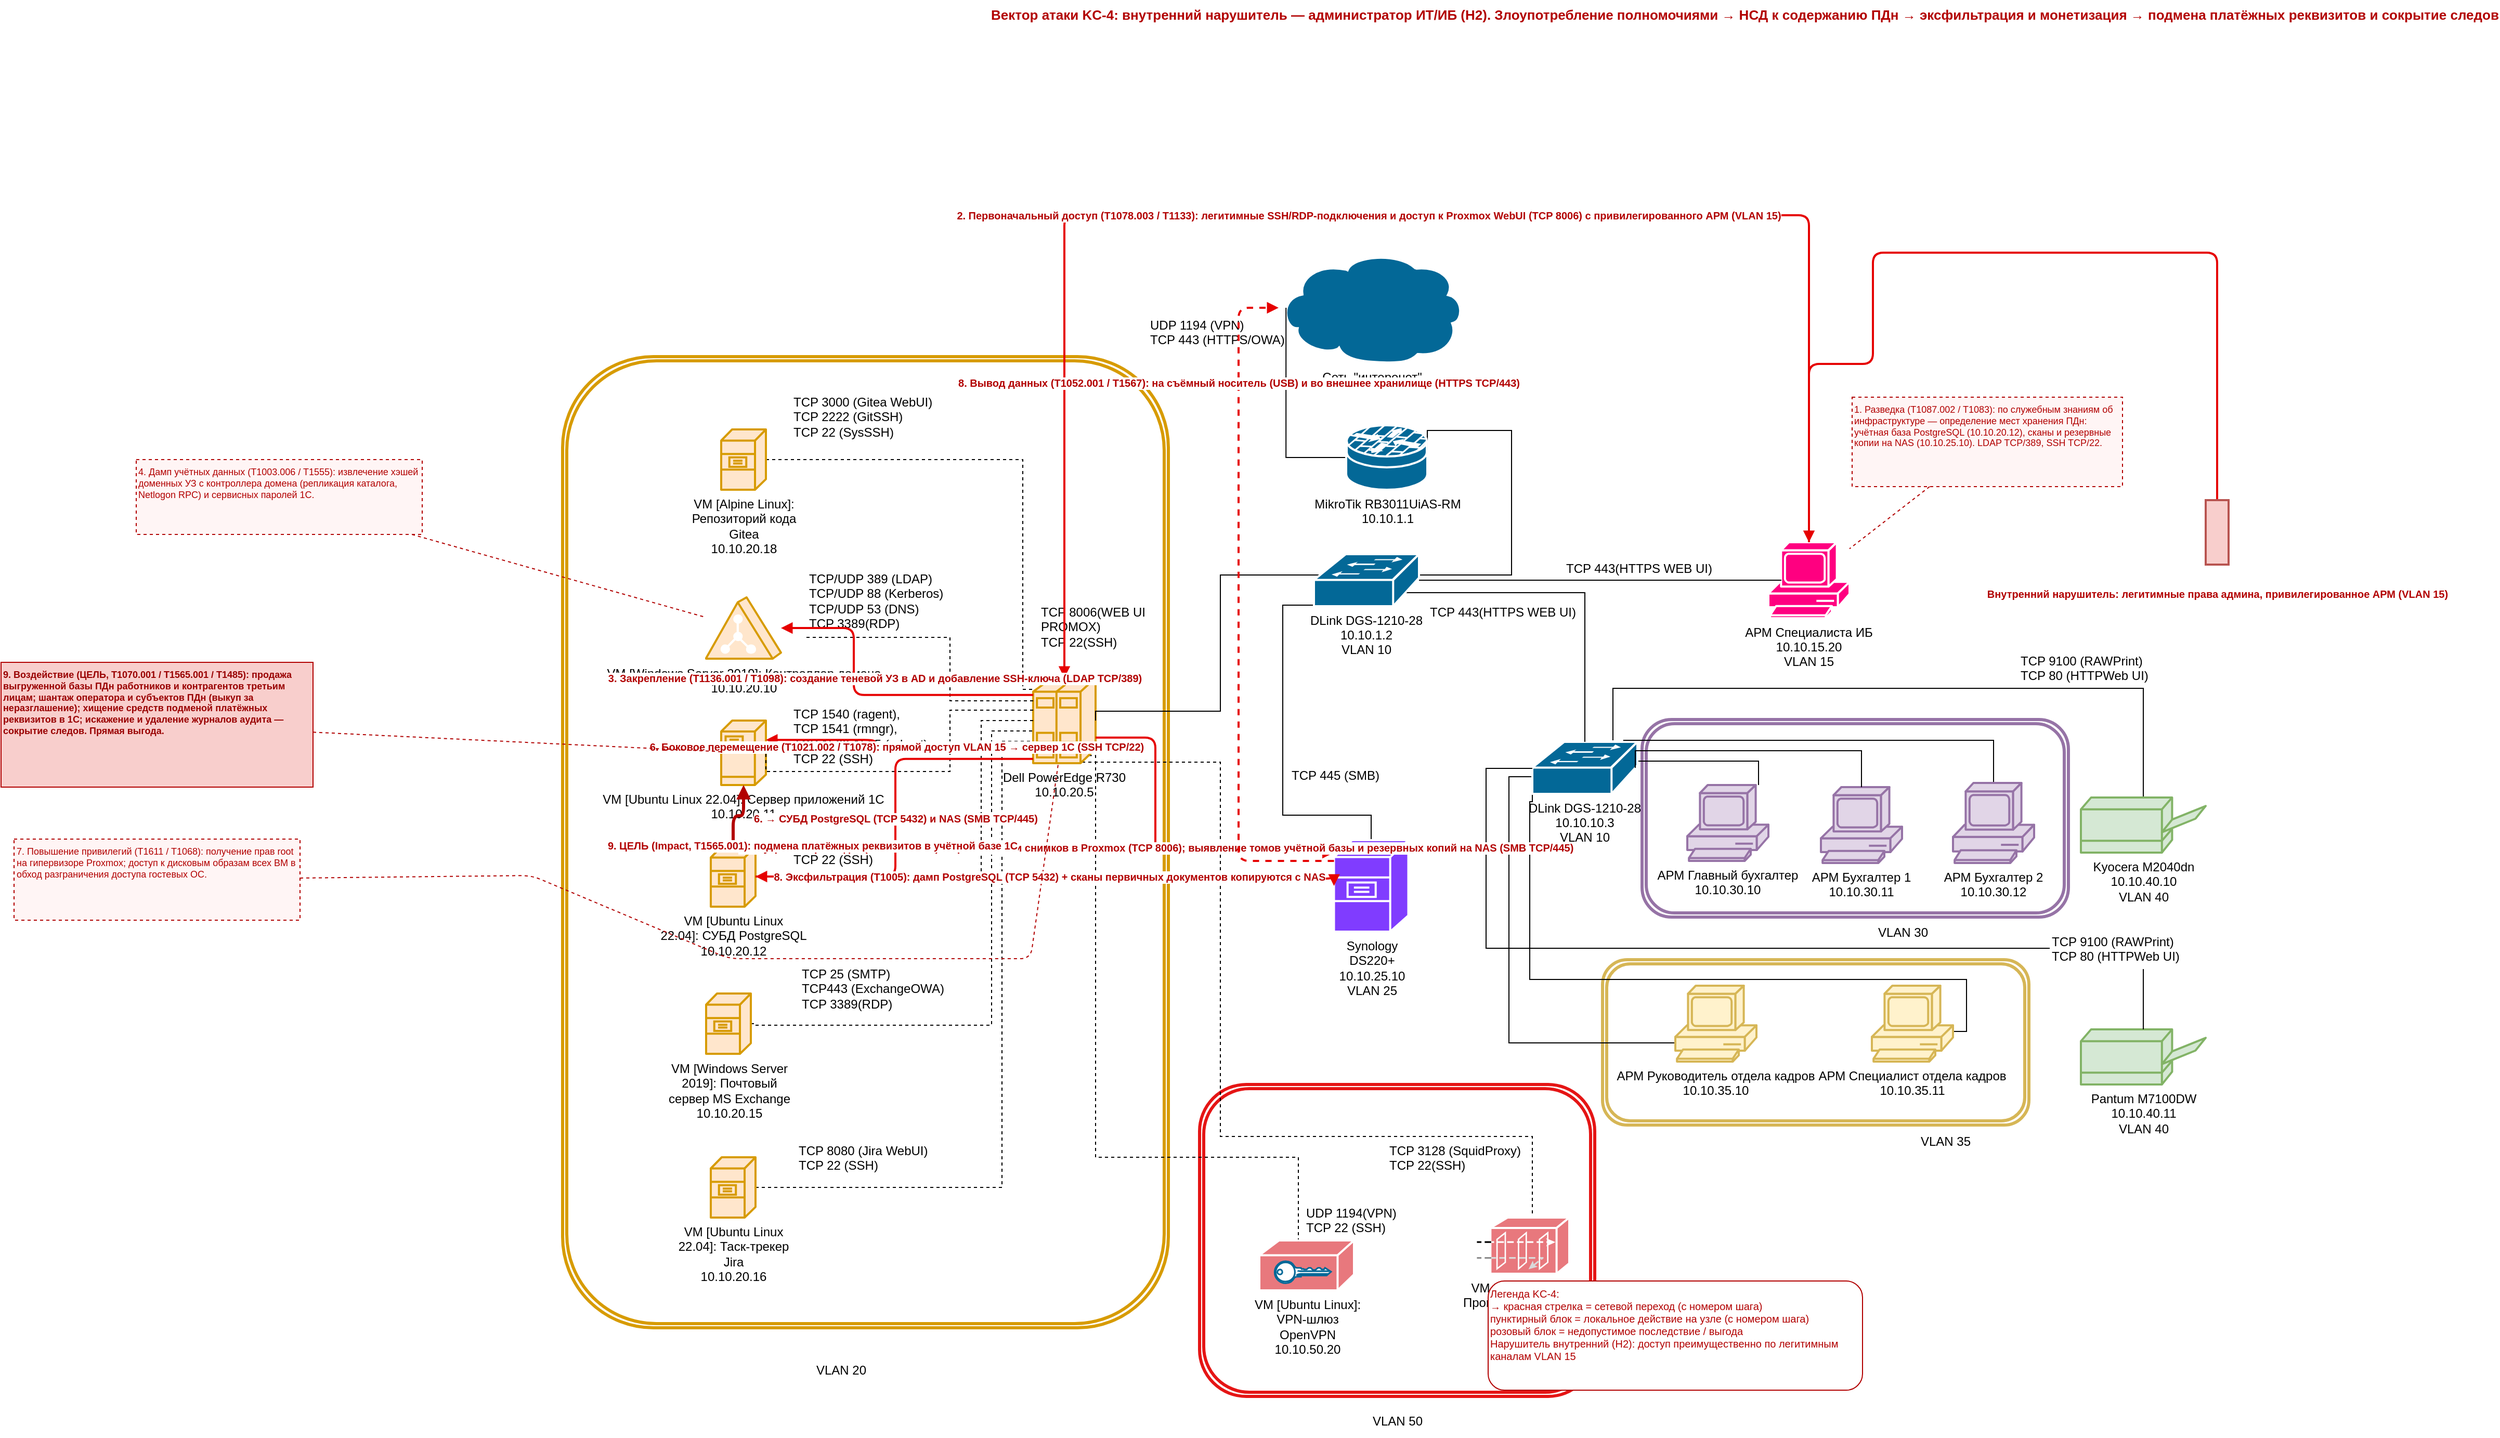
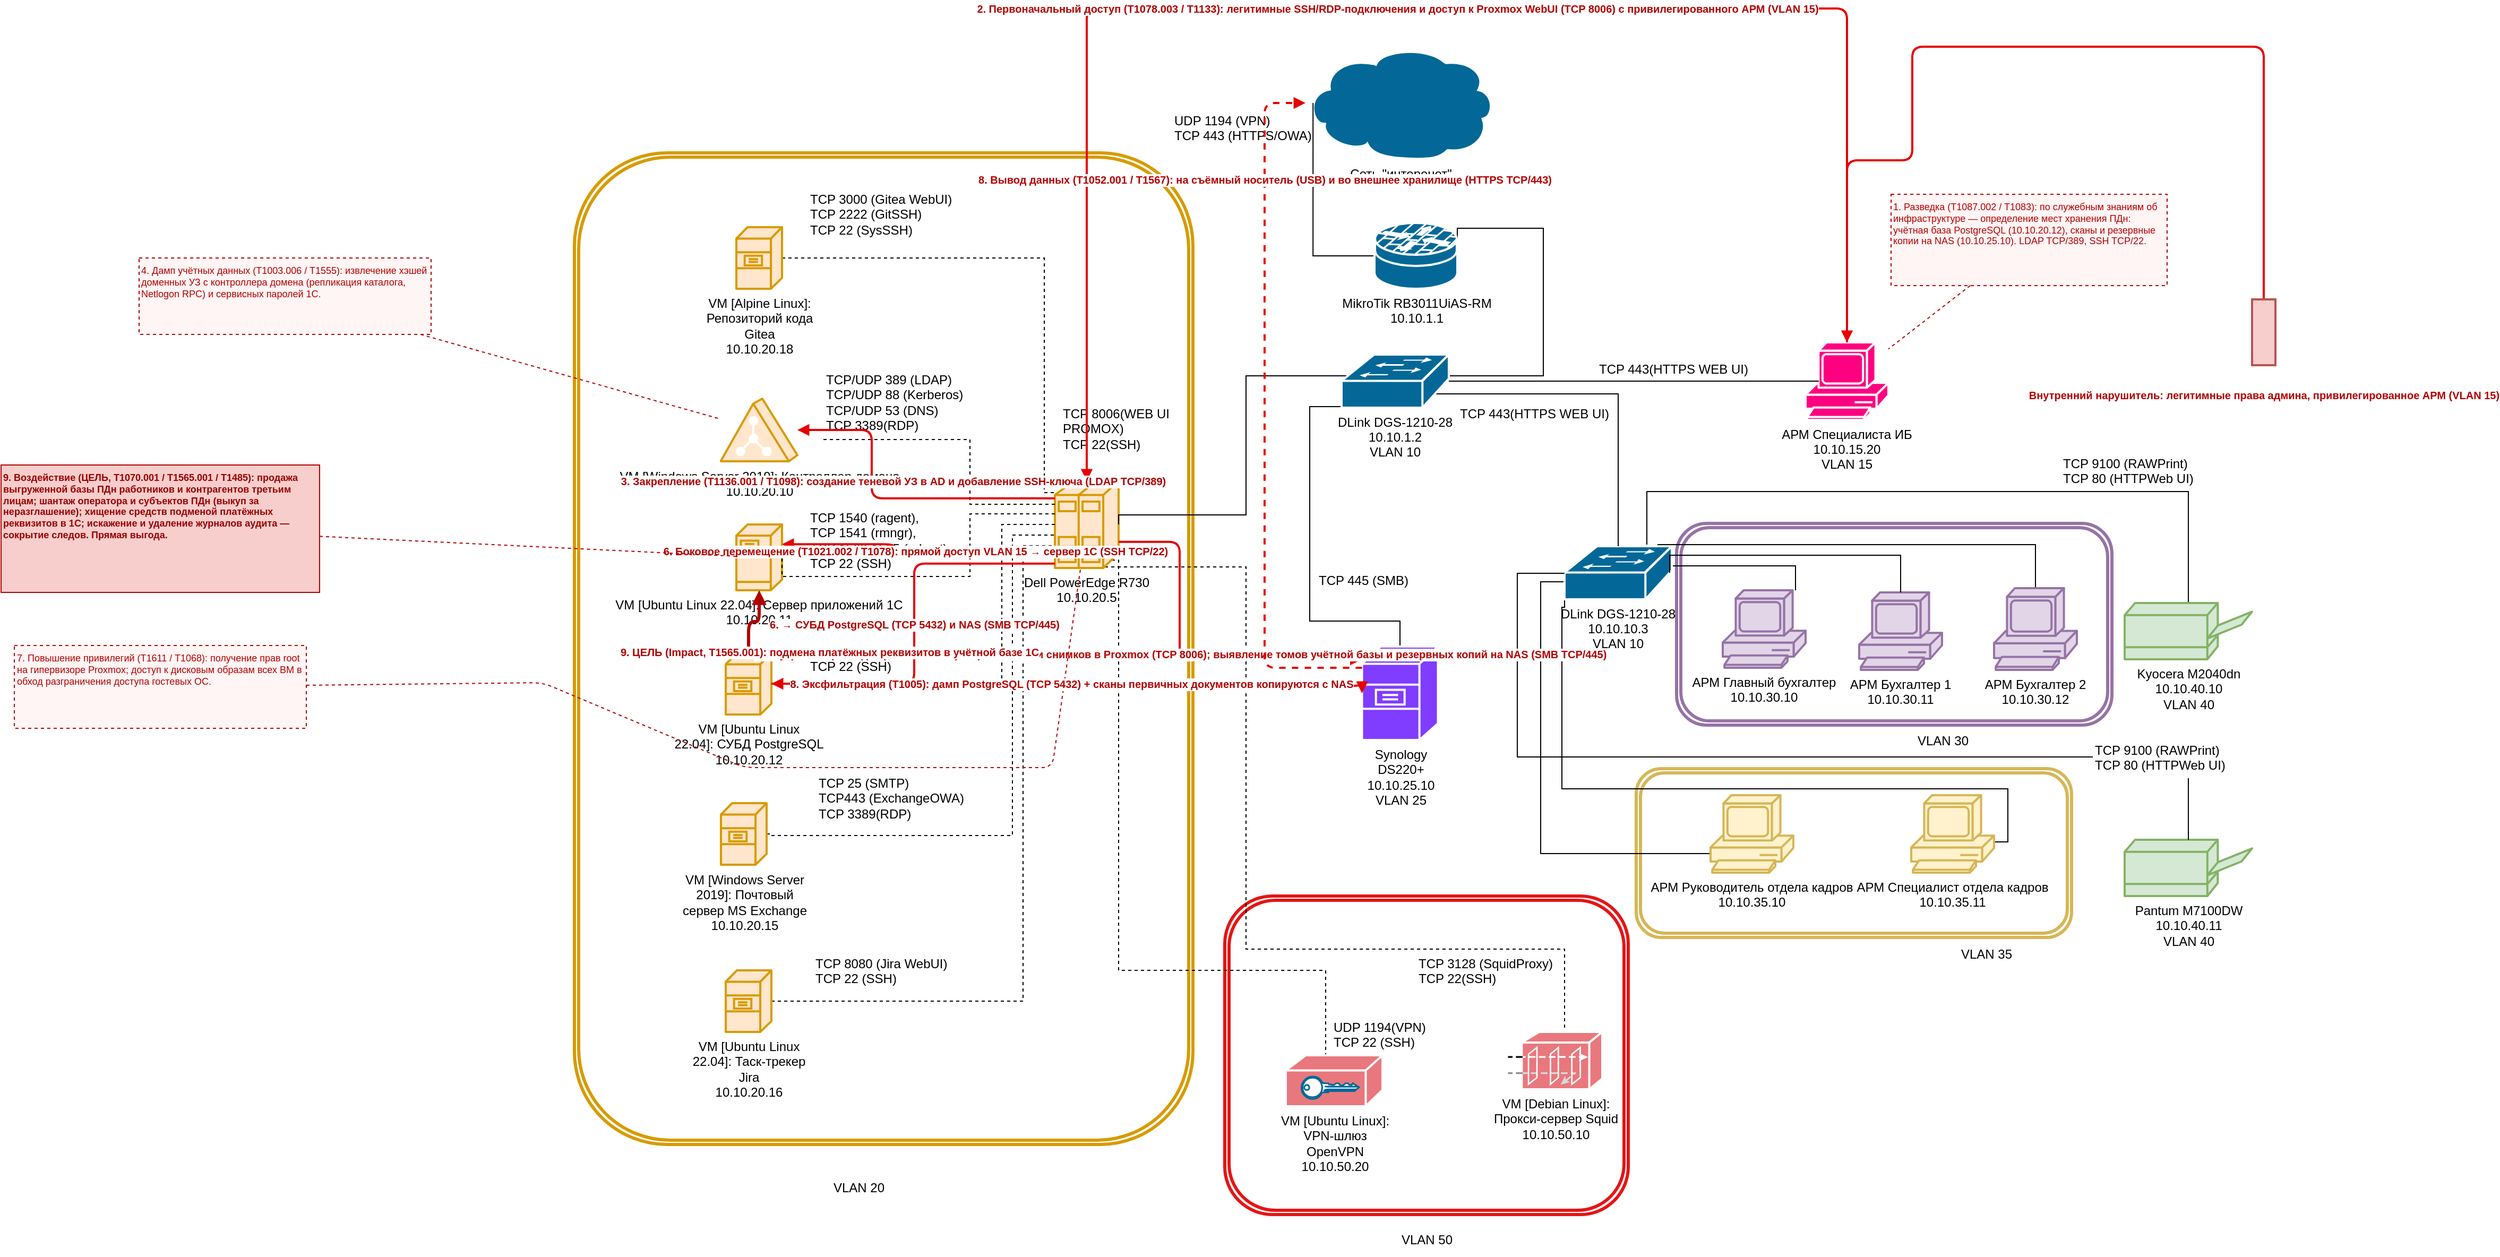
<mxfile host="app.diagrams.net">
  <diagram name="Страница-1" id="JItnBWarz5YXMGvdXFiE">
-     <mxGraphModel dx="3708" dy="3395" grid="1" gridSize="10" guides="1" tooltips="1" connect="1" arrows="1" fold="1" page="1" pageScale="1" pageWidth="827" pageHeight="1169" math="0" shadow="0">
+     <mxGraphModel dx="4222" dy="3659" grid="1" gridSize="10" guides="1" tooltips="1" connect="1" arrows="1" fold="1" page="1" pageScale="1" pageWidth="827" pageHeight="1169" math="0" shadow="0">
      <root>
        <mxCell id="0" />
        <mxCell id="1" parent="0" />
        <mxCell id="yhaDnNcCBT4VVBDCAUdl-48" parent="1" style="shape=ext;double=1;rounded=1;whiteSpace=wrap;html=1;fillColor=none;strokeColor=light-dark(#D6B656,#FF8F8F);strokeWidth=3;" value="" vertex="1">
          <mxGeometry height="159" width="410" x="230" y="-469" as="geometry" />
        </mxCell>
        <mxCell id="yhaDnNcCBT4VVBDCAUdl-44" parent="1" style="shape=ext;double=1;rounded=1;whiteSpace=wrap;html=1;fillColor=none;strokeColor=light-dark(#9673a6, #ff8f8f);strokeWidth=3;" value="" vertex="1">
          <mxGeometry height="190" width="410" x="268" y="-700" as="geometry" />
        </mxCell>
        <mxCell id="yhaDnNcCBT4VVBDCAUdl-18" parent="1" style="shape=ext;double=1;rounded=1;whiteSpace=wrap;html=1;fillColor=none;strokeColor=#d79b00;strokeWidth=3;" value="" vertex="1">
          <mxGeometry height="934" width="582.5" x="-770" y="-1049" as="geometry" />
        </mxCell>
        <mxCell id="yhaDnNcCBT4VVBDCAUdl-30" parent="1" style="shape=ext;double=1;rounded=1;whiteSpace=wrap;html=1;fillColor=none;strokeColor=#E51515;strokeWidth=3;" value="" vertex="1">
          <mxGeometry height="300" width="380" x="-157.5" y="-349" as="geometry" />
        </mxCell>
        <mxCell id="Q6j8U8kHXT8ma1ibuV0W-2" parent="1" style="sketch=0;pointerEvents=1;dashed=0;fillColor=#FF0080;strokeColor=#ffffff;strokeWidth=2;verticalLabelPosition=bottom;verticalAlign=top;align=center;outlineConnect=0;shape=mxgraph.cisco.computers_and_peripherals.pc;" value="АРМ Специалиста ИБ&#xa;10.10.15.20&#xa;VLAN 15" vertex="1">
          <mxGeometry height="73" width="78" x="389.5" y="-870.5" as="geometry" />
        </mxCell>
        <mxCell id="-r0obxcL4KgrFZX8nTF1-9" edge="1" parent="1" source="-r0obxcL4KgrFZX8nTF1-14" style="edgeStyle=orthogonalEdgeStyle;rounded=0;orthogonalLoop=1;jettySize=auto;html=1;exitX=1;exitY=0.5;exitDx=0;exitDy=0;exitPerimeter=0;entryX=0.98;entryY=0.5;entryDx=0;entryDy=0;entryPerimeter=0;endArrow=none;endFill=0;" target="-r0obxcL4KgrFZX8nTF1-8">
          <mxGeometry relative="1" as="geometry">
            <Array as="points">
              <mxPoint x="142.5" y="-978" />
              <mxPoint x="142.5" y="-839" />
              <mxPoint x="42.5" y="-839" />
              <mxPoint x="42.5" y="-834" />
            </Array>
            <mxPoint x="51.50000000000023" y="-972.5" as="sourcePoint" />
            <mxPoint x="102.5" y="-829" as="targetPoint" />
          </mxGeometry>
        </mxCell>
        <mxCell id="-r0obxcL4KgrFZX8nTF1-1" parent="1" style="strokeColor=#ffffff;sketch=0;html=1;pointerEvents=1;dashed=0;fillColor=#036897;strokeWidth=2;verticalLabelPosition=bottom;verticalAlign=top;align=center;outlineConnect=0;shape=mxgraph.cisco.storage.cloud;" value="Сеть &quot;интеренет&quot;" vertex="1">
          <mxGeometry height="106" width="178" x="-81.5" y="-1149" as="geometry" />
        </mxCell>
        <mxCell id="-r0obxcL4KgrFZX8nTF1-2" parent="1" style="text;whiteSpace=wrap;html=1;" value="&lt;div&gt;UDP 1194 (VPN)&lt;/div&gt;&lt;div&gt;TCP 443 (HTTPS/OWA)&lt;/div&gt;" vertex="1">
          <mxGeometry height="50" width="136" x="-207.5" y="-1093" as="geometry" />
        </mxCell>
        <mxCell id="-r0obxcL4KgrFZX8nTF1-5" edge="1" parent="1" source="-r0obxcL4KgrFZX8nTF1-1" style="rounded=0;orthogonalLoop=1;jettySize=auto;html=1;entryX=0;entryY=0.5;entryDx=0;entryDy=0;entryPerimeter=0;fillColor=#f8cecc;strokeColor=default;edgeStyle=orthogonalEdgeStyle;endArrow=none;endFill=0;exitX=0.04;exitY=0.5;exitDx=0;exitDy=0;exitPerimeter=0;" target="-r0obxcL4KgrFZX8nTF1-14">
          <mxGeometry relative="1" as="geometry">
            <mxPoint x="-26.5" y="-972.5" as="targetPoint" />
          </mxGeometry>
        </mxCell>
        <mxCell id="-r0obxcL4KgrFZX8nTF1-13" parent="1" style="text;whiteSpace=wrap;" value="ТСP 8006(WEB UI PROMOX)&#xa;TCP 22(SSH)" vertex="1">
          <mxGeometry height="50" width="110" x="-312.5" y="-817.5" as="geometry" />
        </mxCell>
        <mxCell id="-r0obxcL4KgrFZX8nTF1-14" parent="1" style="strokeColor=#ffffff;sketch=0;html=1;pointerEvents=1;dashed=0;fillColor=#036897;strokeWidth=2;verticalLabelPosition=bottom;verticalAlign=top;align=center;outlineConnect=0;shape=mxgraph.cisco.security.router_firewall;" value="MikroTik RB3011UiAS-RM&lt;br&gt;10.10.1.1" vertex="1">
          <mxGeometry height="62" width="78" x="-16.5" y="-983" as="geometry" />
        </mxCell>
        <mxCell id="yhaDnNcCBT4VVBDCAUdl-33" edge="1" parent="1" source="-r0obxcL4KgrFZX8nTF1-15" style="edgeStyle=orthogonalEdgeStyle;rounded=0;orthogonalLoop=1;jettySize=auto;html=1;exitX=0.5;exitY=1;exitDx=0;exitDy=0;exitPerimeter=0;endArrow=none;endFill=0;dashed=1;" target="yhaDnNcCBT4VVBDCAUdl-25">
          <mxGeometry relative="1" as="geometry">
            <Array as="points">
              <mxPoint x="-137.5" y="-659" />
              <mxPoint x="-137.5" y="-299" />
              <mxPoint x="162.5" y="-299" />
            </Array>
            <mxPoint x="-137.5" y="-409" as="targetPoint" />
          </mxGeometry>
        </mxCell>
        <mxCell id="yhaDnNcCBT4VVBDCAUdl-35" edge="1" parent="1" source="-r0obxcL4KgrFZX8nTF1-15" style="edgeStyle=orthogonalEdgeStyle;rounded=0;orthogonalLoop=1;jettySize=auto;html=1;exitX=0.89;exitY=0.91;exitDx=0;exitDy=0;exitPerimeter=0;dashed=1;endArrow=none;endFill=0;" target="yhaDnNcCBT4VVBDCAUdl-26">
          <mxGeometry relative="1" as="geometry">
            <Array as="points">
              <mxPoint x="-257.5" y="-665" />
              <mxPoint x="-257.5" y="-279" />
              <mxPoint x="-62.5" y="-279" />
            </Array>
            <mxPoint x="-207.5" y="-19" as="targetPoint" />
          </mxGeometry>
        </mxCell>
        <mxCell id="-r0obxcL4KgrFZX8nTF1-15" parent="1" style="strokeColor=light-dark(#d79b00, #121212);sketch=0;pointerEvents=1;dashed=0;fillColor=#FFE6CC;strokeWidth=2;verticalLabelPosition=bottom;verticalAlign=top;align=center;outlineConnect=0;shape=mxgraph.cisco.servers.standard_host;" value="Dell PowerEdge R730&#xa;10.10.20.5" vertex="1">
          <mxGeometry height="82" width="60" x="-317.5" y="-740" as="geometry" />
        </mxCell>
        <mxCell id="-r0obxcL4KgrFZX8nTF1-22" edge="1" parent="1" style="edgeStyle=orthogonalEdgeStyle;rounded=0;orthogonalLoop=1;jettySize=auto;html=1;endArrow=none;endFill=0;dashed=1;">
          <mxGeometry relative="1" as="geometry">
            <Array as="points">
              <mxPoint x="-397.5" y="-718" />
              <mxPoint x="-397.5" y="-779" />
            </Array>
            <mxPoint x="-317.5" y="-717.9855072463769" as="sourcePoint" />
            <mxPoint x="-535.5" y="-779" as="targetPoint" />
          </mxGeometry>
        </mxCell>
        <mxCell id="-r0obxcL4KgrFZX8nTF1-20" edge="1" parent="1" source="-r0obxcL4KgrFZX8nTF1-13" style="edgeStyle=orthogonalEdgeStyle;rounded=0;orthogonalLoop=1;jettySize=auto;html=1;exitX=0.5;exitY=1;exitDx=0;exitDy=0;" target="-r0obxcL4KgrFZX8nTF1-13">
          <mxGeometry relative="1" as="geometry" />
        </mxCell>
        <mxCell id="-r0obxcL4KgrFZX8nTF1-21" parent="1" style="strokeColor=#d79b00;sketch=0;html=1;pointerEvents=1;dashed=0;fillColor=#ffe6cc;strokeWidth=2;verticalLabelPosition=bottom;verticalAlign=top;align=center;outlineConnect=0;shape=mxgraph.cisco.servers.directory_server;" value="&lt;span id=&quot;docs-internal-guid-afc8247c-7fff-5377-2152-5904b58ac66c&quot;&gt;&lt;span style=&quot;background-color: transparent; font-variant-numeric: normal; font-variant-east-asian: normal; font-variant-alternates: normal; font-variant-position: normal; font-variant-emoji: normal; vertical-align: baseline;&quot;&gt;VM [Windows Server 2019]: Контроллер домена&lt;br&gt;&lt;font face=&quot;Arial, sans-serif&quot;&gt;&lt;span style=&quot;font-size: 9pt; white-space: pre-wrap;&quot;&gt;10.10.20.10&lt;/span&gt;&lt;/font&gt;&lt;/span&gt;&lt;/span&gt;" vertex="1">
          <mxGeometry height="59" width="72" x="-632" y="-817.5" as="geometry" />
        </mxCell>
        <mxCell id="-r0obxcL4KgrFZX8nTF1-23" parent="1" style="text;whiteSpace=wrap;html=1;" value="&lt;b style=&quot;font-weight: normal;&quot; id=&quot;docs-internal-guid-b94e70e8-7fff-42b1-9a45-e83adb658ab0&quot;&gt;&lt;span style=&quot;font-size: 9pt; font-family: Arial, sans-serif; color: rgb(0, 0, 0); background-color: transparent; font-weight: 400; font-style: normal; font-variant: normal; text-decoration: none; vertical-align: baseline; white-space: pre-wrap;&quot;&gt;TCP/UDP 389 (&lt;span id=&quot;docs-internal-guid-b5b43d17-7fff-c71c-c175-c9e9a8f62502&quot;&gt;&lt;span style=&quot;font-size: 9pt; background-color: transparent; font-variant: normal; vertical-align: baseline;&quot;&gt;LDAP)&lt;/span&gt;&lt;/span&gt;&lt;br&gt;&lt;span id=&quot;docs-internal-guid-83331c25-7fff-643f-47cb-11319bbeae0c&quot;&gt;&lt;span style=&quot;font-size: 9pt; background-color: transparent; font-variant: normal; vertical-align: baseline;&quot;&gt;TCP/UDP 88 (&lt;span id=&quot;docs-internal-guid-074a4a5b-7fff-06c1-17bd-e5a9f410eec1&quot;&gt;&lt;span style=&quot;font-size: 9pt; background-color: transparent; font-variant: normal; vertical-align: baseline;&quot;&gt;Kerberos)&lt;/span&gt;&lt;/span&gt;&lt;br&gt;&lt;span id=&quot;docs-internal-guid-ff66c73f-7fff-8d89-6c76-e7bcd311df69&quot;&gt;&lt;span style=&quot;font-size: 9pt; background-color: transparent; font-variant: normal; vertical-align: baseline;&quot;&gt;TCP/UDP 53 (DNS)&lt;br&gt;&lt;/span&gt;&lt;/span&gt;&lt;/span&gt;&lt;/span&gt;TCP 3389(RDP)&lt;/span&gt;&lt;/b&gt;" vertex="1">
          <mxGeometry height="70" width="160" x="-535.5" y="-849" as="geometry" />
        </mxCell>
        <mxCell id="-r0obxcL4KgrFZX8nTF1-24" edge="1" parent="1" source="-r0obxcL4KgrFZX8nTF1-15" style="edgeStyle=orthogonalEdgeStyle;rounded=0;orthogonalLoop=1;jettySize=auto;html=1;exitX=1;exitY=0.5;exitDx=0;exitDy=0;exitPerimeter=0;endArrow=none;endFill=0;">
          <mxGeometry relative="1" as="geometry">
            <Array as="points">
              <mxPoint x="-257.5" y="-708" />
              <mxPoint x="-137.5" y="-708" />
              <mxPoint x="-137.5" y="-839" />
              <mxPoint x="-31.5" y="-839" />
            </Array>
            <mxPoint x="-47.5" y="-839" as="targetPoint" />
          </mxGeometry>
        </mxCell>
        <mxCell id="-r0obxcL4KgrFZX8nTF1-25" parent="1" style="strokeColor=#d79b00;sketch=0;pointerEvents=1;dashed=0;fillColor=#ffe6cc;strokeWidth=2;verticalLabelPosition=bottom;verticalAlign=top;align=center;outlineConnect=0;shape=mxgraph.cisco.servers.fileserver;" value="VM [Ubuntu Linux 22.04]: Сервер приложений 1С&#xa;10.10.20.11" vertex="1">
          <mxGeometry height="62" width="43" x="-617.5" y="-699" as="geometry" />
        </mxCell>
        <mxCell id="-r0obxcL4KgrFZX8nTF1-26" edge="1" parent="1" source="-r0obxcL4KgrFZX8nTF1-15" style="edgeStyle=orthogonalEdgeStyle;rounded=0;orthogonalLoop=1;jettySize=auto;html=1;entryX=1;entryY=0.5;entryDx=0;entryDy=0;entryPerimeter=0;endArrow=none;endFill=0;dashed=1;" target="-r0obxcL4KgrFZX8nTF1-25">
          <mxGeometry relative="1" as="geometry">
            <Array as="points">
              <mxPoint x="-397.5" y="-709" />
              <mxPoint x="-397.5" y="-650" />
              <mxPoint x="-574.5" y="-650" />
            </Array>
            <mxPoint x="-327.5" y="-689" as="sourcePoint" />
          </mxGeometry>
        </mxCell>
        <mxCell id="yhaDnNcCBT4VVBDCAUdl-1" edge="1" parent="1" source="-r0obxcL4KgrFZX8nTF1-28" style="edgeStyle=orthogonalEdgeStyle;rounded=0;orthogonalLoop=1;jettySize=auto;html=1;exitX=1;exitY=0.5;exitDx=0;exitDy=0;exitPerimeter=0;endArrow=none;endFill=0;entryX=0;entryY=0.5;entryDx=0;entryDy=0;entryPerimeter=0;dashed=1;" target="-r0obxcL4KgrFZX8nTF1-15">
          <mxGeometry relative="1" as="geometry">
            <Array as="points">
              <mxPoint x="-367.5" y="-549" />
              <mxPoint x="-367.5" y="-699" />
            </Array>
            <mxPoint x="-574.4999999999999" y="-578.5" as="sourcePoint" />
            <mxPoint x="-317.5" y="-687.5" as="targetPoint" />
          </mxGeometry>
        </mxCell>
        <mxCell id="-r0obxcL4KgrFZX8nTF1-28" parent="1" style="strokeColor=#d79b00;sketch=0;html=1;pointerEvents=1;dashed=0;fillColor=#ffe6cc;strokeWidth=2;verticalLabelPosition=bottom;verticalAlign=top;align=center;outlineConnect=0;shape=mxgraph.cisco.servers.file_server;" value="&lt;div&gt;VM [Ubuntu Linux&lt;/div&gt;&lt;div&gt;22.04]: СУБД&amp;nbsp;PostgreSQL&lt;br&gt;10.10.20.12&lt;/div&gt;" vertex="1">
          <mxGeometry height="57.99999999999999" width="43" x="-627.5" y="-578" as="geometry" />
        </mxCell>
        <mxCell id="-r0obxcL4KgrFZX8nTF1-29" parent="1" style="text;whiteSpace=wrap;" value="TCP 443(HTTPS WEB UI)" vertex="1">
          <mxGeometry height="20" width="150" x="192.5" y="-859" as="geometry" />
        </mxCell>
        <mxCell id="yhaDnNcCBT4VVBDCAUdl-41" edge="1" parent="1" source="-r0obxcL4KgrFZX8nTF1-30" style="edgeStyle=orthogonalEdgeStyle;rounded=0;orthogonalLoop=1;jettySize=auto;html=1;exitX=0.87;exitY=0.74;exitDx=0;exitDy=0;exitPerimeter=0;endArrow=none;endFill=0;" target="yhaDnNcCBT4VVBDCAUdl-38">
          <mxGeometry relative="1" as="geometry">
            <Array as="points">
              <mxPoint x="280" y="-680" />
              <mxPoint x="649" y="-680" />
            </Array>
            <mxPoint x="370" y="-360" as="targetPoint" />
          </mxGeometry>
        </mxCell>
        <mxCell id="yhaDnNcCBT4VVBDCAUdl-43" edge="1" parent="1" source="-r0obxcL4KgrFZX8nTF1-30" style="edgeStyle=orthogonalEdgeStyle;rounded=0;orthogonalLoop=1;jettySize=auto;html=1;exitX=1;exitY=0;exitDx=0;exitDy=0;exitPerimeter=0;endArrow=none;endFill=0;" target="yhaDnNcCBT4VVBDCAUdl-36">
          <mxGeometry relative="1" as="geometry">
            <Array as="points">
              <mxPoint x="294" y="-660" />
              <mxPoint x="380" y="-660" />
              <mxPoint x="380" y="-610" />
            </Array>
            <mxPoint x="390" y="-610" as="targetPoint" />
          </mxGeometry>
        </mxCell>
        <mxCell id="yhaDnNcCBT4VVBDCAUdl-50" edge="1" parent="1" source="-r0obxcL4KgrFZX8nTF1-30" style="edgeStyle=orthogonalEdgeStyle;rounded=0;orthogonalLoop=1;jettySize=auto;html=1;exitX=0;exitY=0.98;exitDx=0;exitDy=0;exitPerimeter=0;endArrow=none;endFill=0;" target="yhaDnNcCBT4VVBDCAUdl-47">
          <mxGeometry relative="1" as="geometry">
            <Array as="points">
              <mxPoint x="160" y="-621" />
              <mxPoint x="160" y="-450" />
              <mxPoint x="580" y="-450" />
              <mxPoint x="580" y="-400" />
            </Array>
            <mxPoint x="250" y="-490" as="targetPoint" />
          </mxGeometry>
        </mxCell>
        <mxCell id="yhaDnNcCBT4VVBDCAUdl-51" edge="1" parent="1" source="-r0obxcL4KgrFZX8nTF1-30" style="edgeStyle=orthogonalEdgeStyle;rounded=0;orthogonalLoop=1;jettySize=auto;html=1;exitX=0;exitY=0.5;exitDx=0;exitDy=0;exitPerimeter=0;endArrow=none;endFill=0;" target="yhaDnNcCBT4VVBDCAUdl-46">
          <mxGeometry relative="1" as="geometry">
            <Array as="points">
              <mxPoint x="140" y="-645" />
              <mxPoint x="140" y="-389" />
            </Array>
            <mxPoint x="300" y="-410" as="targetPoint" />
          </mxGeometry>
        </mxCell>
        <mxCell id="-r0obxcL4KgrFZX8nTF1-30" parent="1" style="strokeColor=#ffffff;sketch=0;pointerEvents=1;dashed=0;fillColor=#036897;strokeWidth=2;verticalLabelPosition=bottom;verticalAlign=top;align=center;outlineConnect=0;shape=mxgraph.cisco.switches.workgroup_switch;autosizeText=0;fontSize=12;textShadow=0;" value="DLink DGS-1210-28&#xa;10.10.10.3 &#xa;VLAN 10" vertex="1">
          <mxGeometry height="50" width="101" x="162.5" y="-678.5" as="geometry" />
        </mxCell>
        <mxCell id="-r0obxcL4KgrFZX8nTF1-34" edge="1" parent="1" source="-r0obxcL4KgrFZX8nTF1-8" style="edgeStyle=orthogonalEdgeStyle;rounded=0;orthogonalLoop=1;jettySize=auto;html=1;exitX=0.87;exitY=0.74;exitDx=0;exitDy=0;exitPerimeter=0;endArrow=none;endFill=0;entryX=0.5;entryY=0;entryDx=0;entryDy=0;entryPerimeter=0;" target="-r0obxcL4KgrFZX8nTF1-30">
          <mxGeometry relative="1" as="geometry">
            <mxPoint x="60.499999999999886" y="-822" as="sourcePoint" />
            <mxPoint x="242.5" y="-669" as="targetPoint" />
          </mxGeometry>
        </mxCell>
        <mxCell id="-r0obxcL4KgrFZX8nTF1-39" edge="1" parent="1" source="-r0obxcL4KgrFZX8nTF1-8" style="edgeStyle=orthogonalEdgeStyle;rounded=0;orthogonalLoop=1;jettySize=auto;html=1;exitX=0;exitY=0.98;exitDx=0;exitDy=0;exitPerimeter=0;entryX=0.5;entryY=0;entryDx=0;entryDy=0;entryPerimeter=0;endArrow=none;endFill=0;" target="-r0obxcL4KgrFZX8nTF1-37">
          <mxGeometry relative="1" as="geometry">
            <Array as="points">
              <mxPoint x="-77.5" y="-810" />
              <mxPoint x="-77.5" y="-608" />
            </Array>
            <mxPoint x="-77.5" y="-699" as="targetPoint" />
          </mxGeometry>
        </mxCell>
        <mxCell id="-r0obxcL4KgrFZX8nTF1-8" parent="1" style="strokeColor=#ffffff;sketch=0;pointerEvents=1;dashed=0;fillColor=#036897;strokeWidth=2;verticalLabelPosition=bottom;verticalAlign=top;align=center;outlineConnect=0;shape=mxgraph.cisco.switches.workgroup_switch;autosizeText=0;fontSize=12;textShadow=0;" value="DLink DGS-1210-28&#xa;10.10.1.2&#xa;VLAN 10" vertex="1">
          <mxGeometry height="50" width="101" x="-47.5" y="-859" as="geometry" />
        </mxCell>
        <mxCell id="-r0obxcL4KgrFZX8nTF1-33" edge="1" parent="1" source="-r0obxcL4KgrFZX8nTF1-8" style="edgeStyle=orthogonalEdgeStyle;rounded=0;orthogonalLoop=1;jettySize=auto;html=1;entryX=0.16;entryY=0.5;entryDx=0;entryDy=0;entryPerimeter=0;endArrow=none;endFill=0;" target="Q6j8U8kHXT8ma1ibuV0W-2">
          <mxGeometry relative="1" as="geometry">
            <mxPoint x="92.5" y="-819" as="sourcePoint" />
          </mxGeometry>
        </mxCell>
        <mxCell id="-r0obxcL4KgrFZX8nTF1-35" parent="1" style="text;whiteSpace=wrap;" value="TCP 443(HTTPS WEB UI)" vertex="1">
          <mxGeometry height="20" width="150" x="61.5" y="-817.5" as="geometry" />
        </mxCell>
        <mxCell id="-r0obxcL4KgrFZX8nTF1-37" parent="1" style="strokeColor=#ffffff;sketch=0;html=1;pointerEvents=1;dashed=0;fillColor=#803CFF;strokeWidth=2;verticalLabelPosition=bottom;verticalAlign=top;align=center;outlineConnect=0;shape=mxgraph.cisco.servers.file_server;fillStyle=auto;" value="&lt;div&gt;Synology&lt;/div&gt;&lt;div&gt;DS220+&lt;br&gt;10.10.25.10&lt;br&gt;VLAN 25&lt;/div&gt;" vertex="1">
          <mxGeometry height="88" width="71.5" x="-28.25" y="-584" as="geometry" />
        </mxCell>
        <mxCell id="-r0obxcL4KgrFZX8nTF1-40" parent="1" style="text;whiteSpace=wrap;" value="TCP 445 (SMB)" vertex="1">
          <mxGeometry height="50" width="110" x="-71.5" y="-660" as="geometry" />
        </mxCell>
        <mxCell id="-r0obxcL4KgrFZX8nTF1-43" parent="1" style="text;whiteSpace=wrap;html=1;" value="&lt;span style=&quot;&quot; id=&quot;docs-internal-guid-b94e70e8-7fff-42b1-9a45-e83adb658ab0&quot;&gt;&lt;span style=&quot;background-color: transparent; font-variant-numeric: normal; font-variant-east-asian: normal; font-variant-alternates: normal; font-variant-position: normal; font-variant-emoji: normal; vertical-align: baseline; color: rgb(0, 0, 0);&quot;&gt;&lt;font face=&quot;Arial, sans-serif&quot;&gt;&lt;span style=&quot;white-space-collapse: preserve;&quot;&gt;TCP 1540 (ragent),&lt;br&gt;TCP 1541 (rmngr),&lt;br&gt;TCP 1560-1565 (rphost)&lt;br/&gt;TCP 22 (SSH)&lt;/span&gt;&lt;/font&gt;&lt;/span&gt;&lt;/span&gt;" vertex="1">
          <mxGeometry height="59" width="140" x="-550" y="-719" as="geometry" />
        </mxCell>
        <mxCell id="yhaDnNcCBT4VVBDCAUdl-2" parent="1" style="text;whiteSpace=wrap;" value="TCP 5432&#xa;TCP 22 (SSH)" vertex="1">
          <mxGeometry height="36" width="100" x="-550" y="-593" as="geometry" />
        </mxCell>
        <mxCell id="yhaDnNcCBT4VVBDCAUdl-6" edge="1" parent="1" source="yhaDnNcCBT4VVBDCAUdl-5" style="edgeStyle=orthogonalEdgeStyle;rounded=0;orthogonalLoop=1;jettySize=auto;html=1;exitX=1;exitY=0.5;exitDx=0;exitDy=0;exitPerimeter=0;endArrow=none;endFill=0;dashed=1;" target="-r0obxcL4KgrFZX8nTF1-15">
          <mxGeometry relative="1" as="geometry">
            <Array as="points">
              <mxPoint x="-584.5" y="-406" />
              <mxPoint x="-357.5" y="-406" />
              <mxPoint x="-357.5" y="-689" />
            </Array>
            <mxPoint x="-584.5" y="-406" as="sourcePoint" />
            <mxPoint x="-357.5000000000002" y="-675" as="targetPoint" />
          </mxGeometry>
        </mxCell>
        <mxCell id="yhaDnNcCBT4VVBDCAUdl-5" parent="1" style="strokeColor=#d79b00;sketch=0;html=1;pointerEvents=1;dashed=0;fillColor=#ffe6cc;strokeWidth=2;verticalLabelPosition=bottom;verticalAlign=top;align=center;outlineConnect=0;shape=mxgraph.cisco.servers.file_server;" value="&lt;div&gt;VM [Windows Server&lt;/div&gt;&lt;div&gt;2019]: Почтовый&lt;/div&gt;&lt;div&gt;сервер MS Exchange&lt;br&gt;10.10.20.15&lt;/div&gt;" vertex="1">
          <mxGeometry height="57.99999999999999" width="43" x="-632" y="-436.5" as="geometry" />
        </mxCell>
        <mxCell id="yhaDnNcCBT4VVBDCAUdl-7" parent="1" style="text;whiteSpace=wrap;" value="TCP 25 (SMTP)&#xa;TCP443 (ExchangeOWA)&#xa;TCP 3389(RDP)" vertex="1">
          <mxGeometry height="50" width="152.5" x="-542.5" y="-469" as="geometry" />
        </mxCell>
        <mxCell id="yhaDnNcCBT4VVBDCAUdl-15" edge="1" parent="1" source="yhaDnNcCBT4VVBDCAUdl-8" style="edgeStyle=orthogonalEdgeStyle;rounded=0;orthogonalLoop=1;jettySize=auto;html=1;exitX=1;exitY=0.5;exitDx=0;exitDy=0;exitPerimeter=0;dashed=1;endArrow=none;endFill=0;" target="-r0obxcL4KgrFZX8nTF1-15">
          <mxGeometry relative="1" as="geometry">
            <Array as="points">
              <mxPoint x="-347.5" y="-250" />
              <mxPoint x="-347.5" y="-679" />
            </Array>
            <mxPoint x="-347.5" y="-679" as="targetPoint" />
          </mxGeometry>
        </mxCell>
        <mxCell id="yhaDnNcCBT4VVBDCAUdl-8" parent="1" style="strokeColor=#d79b00;sketch=0;html=1;pointerEvents=1;dashed=0;fillColor=#ffe6cc;strokeWidth=2;verticalLabelPosition=bottom;verticalAlign=top;align=center;outlineConnect=0;shape=mxgraph.cisco.servers.file_server;" value="&lt;div&gt;VM [Ubuntu Linux&lt;/div&gt;&lt;div&gt;22.04]: Таск-трекер&lt;/div&gt;&lt;div&gt;Jira&lt;br&gt;10.10.20.16&lt;/div&gt;" vertex="1">
          <mxGeometry height="57.99999999999999" width="43" x="-627.5" y="-279" as="geometry" />
        </mxCell>
        <mxCell id="yhaDnNcCBT4VVBDCAUdl-16" edge="1" parent="1" source="yhaDnNcCBT4VVBDCAUdl-9" style="edgeStyle=orthogonalEdgeStyle;rounded=0;orthogonalLoop=1;jettySize=auto;html=1;exitX=1;exitY=0.5;exitDx=0;exitDy=0;exitPerimeter=0;dashed=1;endArrow=none;endFill=0;" target="-r0obxcL4KgrFZX8nTF1-15">
          <mxGeometry relative="1" as="geometry">
            <Array as="points">
              <mxPoint x="-327.5" y="-950" />
              <mxPoint x="-327.5" y="-729" />
            </Array>
            <mxPoint x="-357.5" y="-848.9999999999999" as="targetPoint" />
          </mxGeometry>
        </mxCell>
        <mxCell id="yhaDnNcCBT4VVBDCAUdl-9" parent="1" style="strokeColor=#d79b00;sketch=0;html=1;pointerEvents=1;dashed=0;fillColor=#ffe6cc;strokeWidth=2;verticalLabelPosition=bottom;verticalAlign=top;align=center;outlineConnect=0;shape=mxgraph.cisco.servers.file_server;" value="&lt;div&gt;VM [Alpine Linux]:&lt;/div&gt;&lt;div&gt;Репозиторий кода&lt;/div&gt;&lt;div&gt;Gitea&lt;br&gt;10.10.20.18&lt;/div&gt;" vertex="1">
          <mxGeometry height="57.99999999999999" width="43" x="-617.5" y="-979" as="geometry" />
        </mxCell>
        <mxCell id="yhaDnNcCBT4VVBDCAUdl-13" parent="1" style="text;whiteSpace=wrap;" value="TCP 3000 (Gitea WebUI) &#xa;TCP 2222 (GitSSH)&#xa;TCP 22 (SysSSH)" vertex="1">
          <mxGeometry height="52" width="160" x="-550" y="-1019" as="geometry" />
        </mxCell>
        <mxCell id="yhaDnNcCBT4VVBDCAUdl-14" parent="1" style="text;whiteSpace=wrap;" value="TCP 8080 (Jira WebUI)&#xa;TCP 22 (SSH)" vertex="1">
          <mxGeometry height="40" width="142.5" x="-545" y="-299" as="geometry" />
        </mxCell>
        <mxCell id="yhaDnNcCBT4VVBDCAUdl-19" parent="1" style="text;html=1;whiteSpace=wrap;strokeColor=none;fillColor=none;align=center;verticalAlign=middle;rounded=0;" value="VLAN 20" vertex="1">
          <mxGeometry height="30" width="60" x="-532.5" y="-89" as="geometry" />
        </mxCell>
        <mxCell id="yhaDnNcCBT4VVBDCAUdl-25" parent="1" style="strokeColor=#ffffff;sketch=0;html=1;pointerEvents=1;dashed=0;fillColor=light-dark(#e8787d, #5cb3dc);strokeWidth=2;verticalLabelPosition=bottom;verticalAlign=top;align=center;outlineConnect=0;shape=mxgraph.cisco.security.guard;" value="&lt;div&gt;VM [Debian Linux]:&lt;/div&gt;&lt;div&gt;Прокси-сервер Squid&lt;br&gt;10.10.50.10&lt;/div&gt;" vertex="1">
          <mxGeometry height="54" width="88" x="110" y="-221" as="geometry" />
        </mxCell>
        <mxCell id="yhaDnNcCBT4VVBDCAUdl-26" parent="1" style="sketch=0;html=1;pointerEvents=1;dashed=0;fillColor=light-dark(#e8787d, #464329);strokeColor=#ffffff;strokeWidth=2;verticalLabelPosition=bottom;verticalAlign=top;align=center;outlineConnect=0;shape=mxgraph.cisco.hubs_and_gateways.vpn_gateway;fillColor2=light-dark(#e51515, #9d4545);strokeColor2=#ffffff;" value="&lt;div&gt;VM [Ubuntu Linux]:&lt;/div&gt;&lt;div&gt;VPN-шлюз&lt;/div&gt;&lt;div&gt;OpenVPN &lt;br&gt;10.10.50.20&lt;/div&gt;" vertex="1">
          <mxGeometry height="48" width="91" x="-100" y="-199" as="geometry" />
        </mxCell>
        <mxCell id="yhaDnNcCBT4VVBDCAUdl-27" parent="1" style="text;whiteSpace=wrap;" value="UDP 1194(VPN)&#xa;TCP 22 (SSH)" vertex="1">
          <mxGeometry height="40" width="100" x="-57.5" y="-239" as="geometry" />
        </mxCell>
        <mxCell id="yhaDnNcCBT4VVBDCAUdl-28" parent="1" style="text;whiteSpace=wrap;" value="TCP 3128 (SquidProxy)&#xa;TCP 22(SSH)" vertex="1">
          <mxGeometry height="40" width="140" x="22.5" y="-299" as="geometry" />
        </mxCell>
        <mxCell id="yhaDnNcCBT4VVBDCAUdl-31" parent="1" style="text;html=1;whiteSpace=wrap;strokeColor=none;fillColor=none;align=center;verticalAlign=middle;rounded=0;" value="VLAN 50" vertex="1">
          <mxGeometry height="30" width="60" x="2.5" y="-40" as="geometry" />
        </mxCell>
        <mxCell id="yhaDnNcCBT4VVBDCAUdl-36" parent="1" style="sketch=0;pointerEvents=1;dashed=0;fillColor=#e1d5e7;strokeColor=#9673a6;strokeWidth=2;verticalLabelPosition=bottom;verticalAlign=top;align=center;outlineConnect=0;shape=mxgraph.cisco.computers_and_peripherals.pc;" value="АРМ Главный бухгалтер&#xa;10.10.30.10" vertex="1">
          <mxGeometry height="73" width="78" x="311.5" y="-637" as="geometry" />
        </mxCell>
        <mxCell id="yhaDnNcCBT4VVBDCAUdl-37" parent="1" style="sketch=0;pointerEvents=1;dashed=0;fillColor=#e1d5e7;strokeColor=#9673a6;strokeWidth=2;verticalLabelPosition=bottom;verticalAlign=top;align=center;outlineConnect=0;shape=mxgraph.cisco.computers_and_peripherals.pc;" value="АРМ Бухгалтер 1&#xa;10.10.30.11" vertex="1">
          <mxGeometry height="73" width="78" x="440" y="-635" as="geometry" />
        </mxCell>
        <mxCell id="yhaDnNcCBT4VVBDCAUdl-38" parent="1" style="sketch=0;pointerEvents=1;dashed=0;fillColor=#e1d5e7;strokeColor=#9673a6;strokeWidth=2;verticalLabelPosition=bottom;verticalAlign=top;align=center;outlineConnect=0;shape=mxgraph.cisco.computers_and_peripherals.pc;" value="АРМ Бухгалтер 2&#xa;10.10.30.12" vertex="1">
          <mxGeometry height="77" width="78" x="567" y="-639" as="geometry" />
        </mxCell>
        <mxCell id="yhaDnNcCBT4VVBDCAUdl-42" edge="1" parent="1" source="-r0obxcL4KgrFZX8nTF1-30" style="edgeStyle=orthogonalEdgeStyle;rounded=0;orthogonalLoop=1;jettySize=auto;html=1;endArrow=none;endFill=0;exitX=0.98;exitY=0.5;exitDx=0;exitDy=0;exitPerimeter=0;" target="yhaDnNcCBT4VVBDCAUdl-37">
          <mxGeometry relative="1" as="geometry">
            <Array as="points">
              <mxPoint x="292" y="-670" />
              <mxPoint x="531" y="-670" />
            </Array>
            <mxPoint x="330" y="-630" as="sourcePoint" />
            <mxPoint x="414" y="-371.03" as="targetPoint" />
          </mxGeometry>
        </mxCell>
        <mxCell id="yhaDnNcCBT4VVBDCAUdl-45" parent="1" style="text;html=1;whiteSpace=wrap;strokeColor=none;fillColor=none;align=center;verticalAlign=middle;rounded=0;" value="VLAN 30" vertex="1">
          <mxGeometry height="30" width="60" x="489" y="-510" as="geometry" />
        </mxCell>
        <mxCell id="yhaDnNcCBT4VVBDCAUdl-46" parent="1" style="sketch=0;pointerEvents=1;dashed=0;fillColor=#fff2cc;strokeColor=#d6b656;strokeWidth=2;verticalLabelPosition=bottom;verticalAlign=top;align=center;outlineConnect=0;shape=mxgraph.cisco.computers_and_peripherals.pc;" value="АРМ Руководитель отдела кадров&#xa;10.10.35.10" vertex="1">
          <mxGeometry height="73" width="78" x="300" y="-444" as="geometry" />
        </mxCell>
        <mxCell id="yhaDnNcCBT4VVBDCAUdl-47" parent="1" style="sketch=0;pointerEvents=1;dashed=0;fillColor=#fff2cc;strokeColor=#d6b656;strokeWidth=2;verticalLabelPosition=bottom;verticalAlign=top;align=center;outlineConnect=0;shape=mxgraph.cisco.computers_and_peripherals.pc;" value="АРМ Специалист отдела кадров&#xa;10.10.35.11" vertex="1">
          <mxGeometry height="73" width="78" x="489" y="-444" as="geometry" />
        </mxCell>
        <mxCell id="yhaDnNcCBT4VVBDCAUdl-49" parent="1" style="text;html=1;whiteSpace=wrap;strokeColor=none;fillColor=none;align=center;verticalAlign=middle;rounded=0;" value="VLAN 35" vertex="1">
          <mxGeometry height="30" width="60" x="530" y="-309" as="geometry" />
        </mxCell>
        <mxCell id="yhaDnNcCBT4VVBDCAUdl-54" edge="1" parent="1" source="yhaDnNcCBT4VVBDCAUdl-52" style="edgeStyle=orthogonalEdgeStyle;rounded=0;orthogonalLoop=1;jettySize=auto;html=1;endArrow=none;endFill=0;">
          <mxGeometry relative="1" as="geometry">
            <Array as="points">
              <mxPoint x="750" y="-730" />
            </Array>
            <mxPoint x="240" y="-680" as="targetPoint" />
          </mxGeometry>
        </mxCell>
        <mxCell id="yhaDnNcCBT4VVBDCAUdl-52" parent="1" style="sketch=0;html=1;pointerEvents=1;dashed=0;fillColor=#d5e8d4;strokeColor=#82b366;strokeWidth=2;verticalLabelPosition=bottom;verticalAlign=top;align=center;outlineConnect=0;shape=mxgraph.cisco.computers_and_peripherals.printer;" value="Kyocera M2040dn&lt;br&gt;10.10.40.10&lt;br&gt;VLAN 40" vertex="1">
          <mxGeometry height="53" width="120" x="690" y="-625" as="geometry" />
        </mxCell>
        <mxCell id="yhaDnNcCBT4VVBDCAUdl-55" edge="1" parent="1" source="yhaDnNcCBT4VVBDCAUdl-57" style="edgeStyle=orthogonalEdgeStyle;rounded=0;orthogonalLoop=1;jettySize=auto;html=1;endArrow=none;endFill=0;" target="-r0obxcL4KgrFZX8nTF1-30">
          <mxGeometry relative="1" as="geometry">
            <Array as="points">
              <mxPoint x="118" y="-480" />
              <mxPoint x="118" y="-653" />
            </Array>
            <mxPoint x="117.6923076923077" y="-650" as="targetPoint" />
          </mxGeometry>
        </mxCell>
        <mxCell id="yhaDnNcCBT4VVBDCAUdl-53" parent="1" style="sketch=0;html=1;pointerEvents=1;dashed=0;fillColor=#d5e8d4;strokeColor=#82b366;strokeWidth=2;verticalLabelPosition=bottom;verticalAlign=top;align=center;outlineConnect=0;shape=mxgraph.cisco.computers_and_peripherals.printer;" value="Pantum M7100DW&lt;br&gt;10.10.40.11&lt;br&gt;VLAN 40" vertex="1">
          <mxGeometry height="53" width="120" x="690" y="-402" as="geometry" />
        </mxCell>
        <mxCell id="yhaDnNcCBT4VVBDCAUdl-56" parent="1" style="text;whiteSpace=wrap;" value="TCP 9100 (RAWPrint)&#xa;TCP 80 (HTTPWeb UI)" vertex="1">
          <mxGeometry height="40" width="140" x="630" y="-770" as="geometry" />
        </mxCell>
        <mxCell id="yhaDnNcCBT4VVBDCAUdl-58" edge="1" parent="1" source="yhaDnNcCBT4VVBDCAUdl-53" style="edgeStyle=orthogonalEdgeStyle;rounded=0;orthogonalLoop=1;jettySize=auto;html=1;endArrow=none;endFill=0;" target="yhaDnNcCBT4VVBDCAUdl-57" value="">
          <mxGeometry relative="1" as="geometry">
            <Array as="points">
              <mxPoint x="740" y="-480" />
            </Array>
            <mxPoint x="740" y="-402" as="sourcePoint" />
            <mxPoint x="163" y="-653" as="targetPoint" />
          </mxGeometry>
        </mxCell>
        <mxCell id="yhaDnNcCBT4VVBDCAUdl-57" parent="1" style="text;whiteSpace=wrap;" value="TCP 9100 (RAWPrint)&#xa;TCP 80 (HTTPWeb UI)" vertex="1">
          <mxGeometry height="40" width="140" x="660" y="-500" as="geometry" />
        </mxCell>
-         <mxCell id="kc4_title" parent="1" style="text;html=1;align=left;fontSize=13;fontStyle=1;fontColor=#B20000;" value="Вектор атаки KC-4: внутренний нарушитель — администратор ИТ/ИБ (Н2). Злоупотребление полномочиями → НСД к содержанию ПДн → эксфильтрация и монетизация → подмена платёжных реквизитов и сокрытие следов" vertex="1">
-           <mxGeometry height="24" width="1080" x="-360" y="-1392" as="geometry" />
-         </mxCell>
        <mxCell id="kc4_e0" edge="1" parent="1" source="8zkQjTOlUDZeRehwTq9E-1" style="edgeStyle=orthogonalEdgeStyle;rounded=1;html=1;strokeColor=#E60000;strokeWidth=2;endArrow=block;endFill=1;fontColor=#B20000;fontStyle=1;fontSize=10;labelBackgroundColor=#FFFFFF;entryX=0.5;entryY=0;entryDx=0;entryDy=0;" target="Q6j8U8kHXT8ma1ibuV0W-2" value="">
          <mxGeometry relative="1" as="geometry">
            <Array as="points">
              <mxPoint x="490" y="-1149" />
              <mxPoint x="490" y="-1042" />
              <mxPoint x="429" y="-1042" />
            </Array>
            <mxPoint x="860" y="-1147.5" as="sourcePoint" />
          </mxGeometry>
        </mxCell>
        <mxCell id="kc4_b1" parent="1" style="rounded=0;whiteSpace=wrap;html=1;fillColor=#FFF5F5;strokeColor=#B20000;dashed=1;fontColor=#B20000;fontSize=9;align=left;verticalAlign=top;" value="1. Разведка (T1087.002 / T1083): по служебным знаниям об инфраструктуре — определение мест хранения ПДн: учётная база PostgreSQL (10.10.20.12), сканы и резервные копии на NAS (10.10.25.10). LDAP TCP/389, SSH TCP/22." vertex="1">
          <mxGeometry height="86" width="260" x="470" y="-1010" as="geometry" />
        </mxCell>
        <mxCell id="kc4_c1" edge="1" parent="1" source="kc4_b1" style="endArrow=none;dashed=1;strokeColor=#B20000;strokeWidth=1;html=1;" target="Q6j8U8kHXT8ma1ibuV0W-2">
          <mxGeometry relative="1" as="geometry" />
        </mxCell>
        <mxCell id="kc4_e2" edge="1" parent="1" source="Q6j8U8kHXT8ma1ibuV0W-2" style="edgeStyle=orthogonalEdgeStyle;rounded=1;html=1;strokeColor=#E60000;strokeWidth=2;endArrow=block;endFill=1;fontColor=#B20000;fontStyle=1;fontSize=10;labelBackgroundColor=#FFFFFF;exitX=0.5;exitY=0;exitDx=0;exitDy=0;entryX=0.5;entryY=0;entryDx=0;entryDy=0;" target="-r0obxcL4KgrFZX8nTF1-15" value="2. Первоначальный доступ (T1078.003 / T1133): легитимные SSH/RDP-подключения и доступ к Proxmox WebUI (TCP 8006) с привилегированного АРМ (VLAN 15)">
          <mxGeometry relative="1" as="geometry">
            <Array as="points">
              <mxPoint x="428" y="-1185" />
              <mxPoint x="-287" y="-1185" />
            </Array>
          </mxGeometry>
        </mxCell>
        <mxCell id="kc4_e3" edge="1" parent="1" source="-r0obxcL4KgrFZX8nTF1-15" style="edgeStyle=orthogonalEdgeStyle;rounded=1;html=1;strokeColor=#E60000;strokeWidth=2;endArrow=block;endFill=1;fontColor=#B20000;fontStyle=1;fontSize=10;labelBackgroundColor=#FFFFFF;exitX=0;exitY=0.2;exitDx=0;exitDy=0;entryX=1;entryY=0.5;entryDx=0;entryDy=0;" target="-r0obxcL4KgrFZX8nTF1-21" value="3. Закрепление (T1136.001 / T1098): создание теневой УЗ в AD и добавление SSH-ключа (LDAP TCP/389)">
          <mxGeometry relative="1" x="-0.0062" y="-16" as="geometry">
            <mxPoint as="offset" />
            <Array as="points">
              <mxPoint x="-490" y="-724" />
              <mxPoint x="-490" y="-788" />
            </Array>
          </mxGeometry>
        </mxCell>
        <mxCell id="kc4_b4" parent="1" style="rounded=0;whiteSpace=wrap;html=1;fillColor=#FFF5F5;strokeColor=#B20000;dashed=1;fontColor=#B20000;fontSize=9;align=left;verticalAlign=top;" value="4. Дамп учётных данных (T1003.006 / T1555): извлечение хэшей доменных УЗ с контроллера домена (репликация каталога, Netlogon RPC) и сервисных паролей 1С." vertex="1">
          <mxGeometry height="72" width="275" x="-1180" y="-950" as="geometry" />
        </mxCell>
        <mxCell id="kc4_c4" edge="1" parent="1" source="kc4_b4" style="endArrow=none;dashed=1;strokeColor=#B20000;strokeWidth=1;html=1;" target="-r0obxcL4KgrFZX8nTF1-21">
          <mxGeometry relative="1" as="geometry" />
        </mxCell>
        <mxCell id="kc4_e5" edge="1" parent="1" source="-r0obxcL4KgrFZX8nTF1-15" style="edgeStyle=orthogonalEdgeStyle;rounded=1;html=1;strokeColor=#E60000;strokeWidth=2;endArrow=block;endFill=1;fontColor=#B20000;fontStyle=1;fontSize=10;labelBackgroundColor=#FFFFFF;exitX=1;exitY=0.7;exitDx=0;exitDy=0;" target="-r0obxcL4KgrFZX8nTF1-37" value="5. Внутренняя разведка (T1083 / T1082): перечень ВМ и снимков в Proxmox (TCP 8006); выявление томов учётной базы и резервных копий на NAS (SMB TCP/445)">
          <mxGeometry relative="1" x="-0.0383" as="geometry">
            <mxPoint as="offset" />
            <Array as="points">
              <mxPoint x="-200" y="-683" />
              <mxPoint x="-200" y="-572" />
            </Array>
          </mxGeometry>
        </mxCell>
        <mxCell id="kc4_e6a" edge="1" parent="1" source="-r0obxcL4KgrFZX8nTF1-15" style="edgeStyle=orthogonalEdgeStyle;rounded=1;html=1;strokeColor=#E60000;strokeWidth=2;endArrow=block;endFill=1;fontColor=#B20000;fontStyle=1;fontSize=10;labelBackgroundColor=#FFFFFF;exitX=0;exitY=0.8;exitDx=0;exitDy=0;entryX=1;entryY=0.3;entryDx=0;entryDy=0;" target="-r0obxcL4KgrFZX8nTF1-25" value="6. Боковое перемещение (T1021.002 / T1078): прямой доступ VLAN 15 → сервер 1С (SSH TCP/22)">
          <mxGeometry relative="1" as="geometry">
            <Array as="points">
              <mxPoint x="-470" y="-674" />
              <mxPoint x="-470" y="-680" />
            </Array>
          </mxGeometry>
        </mxCell>
        <mxCell id="kc4_e6b" edge="1" parent="1" source="-r0obxcL4KgrFZX8nTF1-15" style="edgeStyle=orthogonalEdgeStyle;rounded=1;html=1;strokeColor=#E60000;strokeWidth=2;endArrow=block;endFill=1;fontColor=#B20000;fontStyle=1;fontSize=10;labelBackgroundColor=#FFFFFF;exitX=0;exitY=0.95;exitDx=0;exitDy=0;entryX=1;entryY=0.5;entryDx=0;entryDy=0;" target="-r0obxcL4KgrFZX8nTF1-28" value="6. → СУБД PostgreSQL (TCP 5432) и NAS (SMB TCP/445)">
          <mxGeometry relative="1" as="geometry">
            <Array as="points">
              <mxPoint x="-450" y="-662" />
              <mxPoint x="-450" y="-549" />
            </Array>
          </mxGeometry>
        </mxCell>
        <mxCell id="kc4_b7" parent="1" style="rounded=0;whiteSpace=wrap;html=1;fillColor=#FFF5F5;strokeColor=#B20000;dashed=1;fontColor=#B20000;fontSize=9;align=left;verticalAlign=top;" value="7. Повышение привилегий (T1611 / T1068): получение прав root на гипервизоре Proxmox; доступ к дисковым образам всех ВМ в обход разграничения доступа гостевых ОС." vertex="1">
          <mxGeometry height="78" width="275" x="-1297.5" y="-585" as="geometry" />
        </mxCell>
        <mxCell id="kc4_c7" edge="1" parent="1" source="kc4_b7" style="endArrow=none;dashed=1;strokeColor=#B20000;strokeWidth=1;html=1;" target="-r0obxcL4KgrFZX8nTF1-15">
          <mxGeometry relative="1" as="geometry">
            <Array as="points">
              <mxPoint x="-800" y="-550" />
              <mxPoint x="-610" y="-470" />
              <mxPoint x="-320" y="-470" />
            </Array>
          </mxGeometry>
        </mxCell>
        <mxCell id="kc4_e8a" edge="1" parent="1" source="-r0obxcL4KgrFZX8nTF1-28" style="edgeStyle=orthogonalEdgeStyle;rounded=1;html=1;strokeColor=#E60000;strokeWidth=2;endArrow=block;endFill=1;fontColor=#B20000;fontStyle=1;fontSize=10;labelBackgroundColor=#FFFFFF;exitX=1;exitY=0.5;exitDx=0;exitDy=0;entryX=0;entryY=0.5;entryDx=0;entryDy=0;entryPerimeter=0;" target="-r0obxcL4KgrFZX8nTF1-37" value="8. Эксфильтрация (T1005): дамп PostgreSQL (TCP 5432) + сканы первичных документов копируются с NAS">
          <mxGeometry relative="1" as="geometry">
            <Array as="points">
              <mxPoint x="-300" y="-549" />
              <mxPoint x="-300" y="-547" />
              <mxPoint x="-28" y="-547" />
            </Array>
          </mxGeometry>
        </mxCell>
        <mxCell id="kc4_e8b" edge="1" parent="1" source="-r0obxcL4KgrFZX8nTF1-37" style="edgeStyle=orthogonalEdgeStyle;rounded=1;html=1;strokeColor=#E60000;strokeWidth=2;endArrow=block;endFill=1;fontColor=#B20000;fontStyle=1;fontSize=10;labelBackgroundColor=#FFFFFF;dashed=1;entryX=0;entryY=0.5;entryDx=0;entryDy=0;" target="-r0obxcL4KgrFZX8nTF1-1" value="8. Вывод данных (T1052.001 / T1567): на съёмный носитель (USB) и во внешнее хранилище (HTTPS TCP/443)">
          <mxGeometry relative="1" x="0.6663" as="geometry">
            <mxPoint as="offset" />
            <Array as="points">
              <mxPoint x="-120" y="-564" />
              <mxPoint x="-120" y="-1096" />
            </Array>
          </mxGeometry>
        </mxCell>
        <mxCell id="kc4_e9" edge="1" parent="1" source="-r0obxcL4KgrFZX8nTF1-28" style="edgeStyle=orthogonalEdgeStyle;rounded=1;html=1;strokeColor=#B20000;strokeWidth=3;endArrow=block;endFill=1;fontColor=#B20000;fontStyle=1;fontSize=10;labelBackgroundColor=#FFFFFF;exitX=0.5;exitY=0;exitDx=0;exitDy=0;entryX=0.5;entryY=1;entryDx=0;entryDy=0;" target="-r0obxcL4KgrFZX8nTF1-25" value="9. ЦЕЛЬ (Impact, T1565.001): подмена платёжных реквизитов в учётной базе 1С">
          <mxGeometry relative="1" x="0.1447" y="-71" as="geometry">
            <mxPoint x="-5" y="28" as="offset" />
          </mxGeometry>
        </mxCell>
        <mxCell id="kc4_b9" parent="1" style="rounded=0;whiteSpace=wrap;html=1;fillColor=#F8CECC;strokeColor=#B20000;fontColor=#990000;fontStyle=1;fontSize=9;align=left;verticalAlign=top;" value="9. Воздействие (ЦЕЛЬ, T1070.001 / T1565.001 / T1485): продажа выгруженной базы ПДн работников и контрагентов третьим лицам; шантаж оператора и субъектов ПДн (выкуп за неразглашение); хищение средств подменой платёжных реквизитов в 1С; искажение и удаление журналов аудита — сокрытие следов. Прямая выгода." vertex="1">
          <mxGeometry height="120" width="300" x="-1310" y="-755" as="geometry" />
        </mxCell>
        <mxCell id="kc4_c9" edge="1" parent="1" source="kc4_b9" style="endArrow=none;dashed=1;strokeColor=#B20000;strokeWidth=1;html=1;" target="-r0obxcL4KgrFZX8nTF1-25">
          <mxGeometry relative="1" as="geometry" />
-         </mxCell>
-         <mxCell id="kc4_legend" parent="1" style="rounded=1;whiteSpace=wrap;html=1;fillColor=#FFFFFF;strokeColor=#B20000;fontColor=#B20000;fontSize=10;align=left;verticalAlign=top;" value="Легенда KC-4:&#xa;→ красная стрелка = сетевой переход (с номером шага)&#xa;пунктирный блок = локальное действие на узле (с номером шага)&#xa;розовый блок = недопустимое последствие / выгода&#xa;Нарушитель внутренний (Н2): доступ преимущественно по легитимным каналам VLAN 15" vertex="1">
-           <mxGeometry height="105" width="360" x="120" y="-160" as="geometry" />
        </mxCell>
        <mxCell id="8zkQjTOlUDZeRehwTq9E-1" parent="1" style="strokeColor=#b85450;sketch=0;html=1;pointerEvents=1;dashed=0;fillColor=#f8cecc;strokeWidth=2;verticalLabelPosition=bottom;verticalAlign=top;align=center;outlineConnect=0;shape=mxgraph.cisco.people.standing_man_2;" value="&#xa;&lt;span style=&quot;color: rgb(178, 0, 0); font-family: Helvetica; font-size: 10px; font-style: normal; font-variant-ligatures: normal; font-variant-caps: normal; font-weight: 700; letter-spacing: normal; orphans: 2; text-align: center; text-indent: 0px; text-transform: none; widows: 2; word-spacing: 0px; -webkit-text-stroke-width: 0px; white-space: nowrap; background-color: rgb(255, 255, 255); text-decoration-thickness: initial; text-decoration-style: initial; text-decoration-color: initial; display: inline !important; float: none;&quot;&gt;Внутренний нарушитель: легитимные права админа, привилегированное АРМ (VLAN 15)&lt;/span&gt;&#xa;&#xa;" vertex="1">
          <mxGeometry height="62" width="22" x="810" y="-911" as="geometry" />
        </mxCell>
      </root>
    </mxGraphModel>
  </diagram>
</mxfile>
